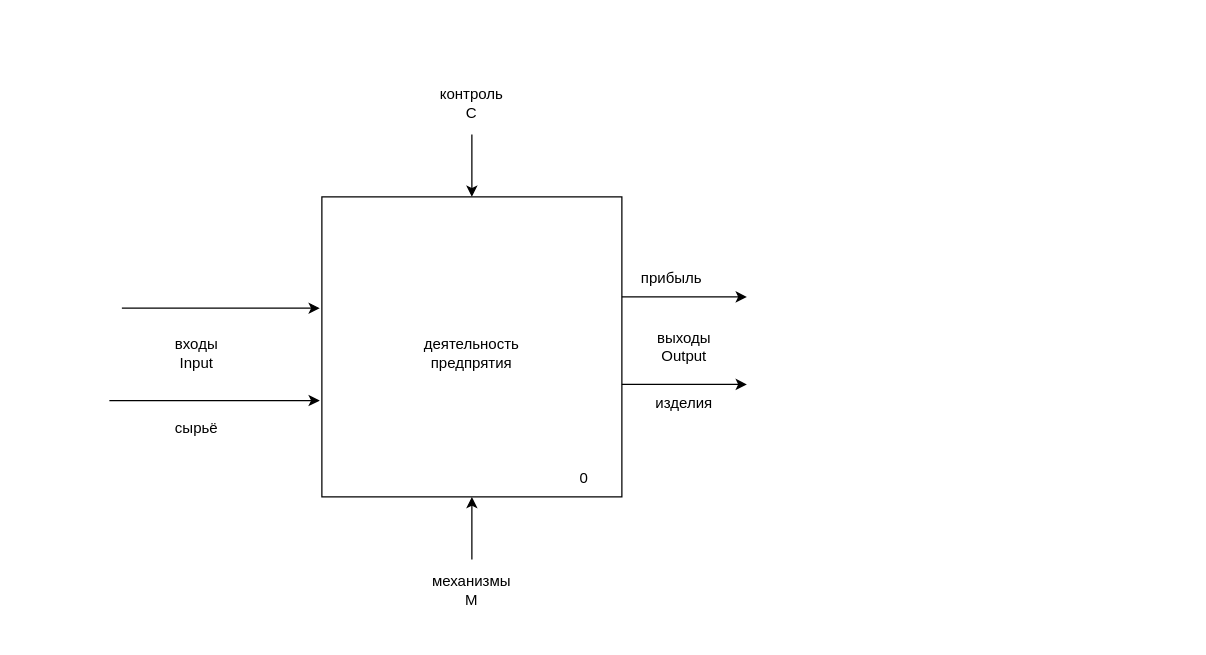
Before: page "Страница — 5" (5 of 5) of etol.drawio in emauter/GB_mysql, a draw.io diagram. Source tidied: cells renumbered, new cells numbered last; positions are measured from the earlier drawing's top-left corner, leaving out a move shared by most shapes. Both pictures are drawn from the tidied source at 125%, with x=0, y=0 at pixel (109, 84).
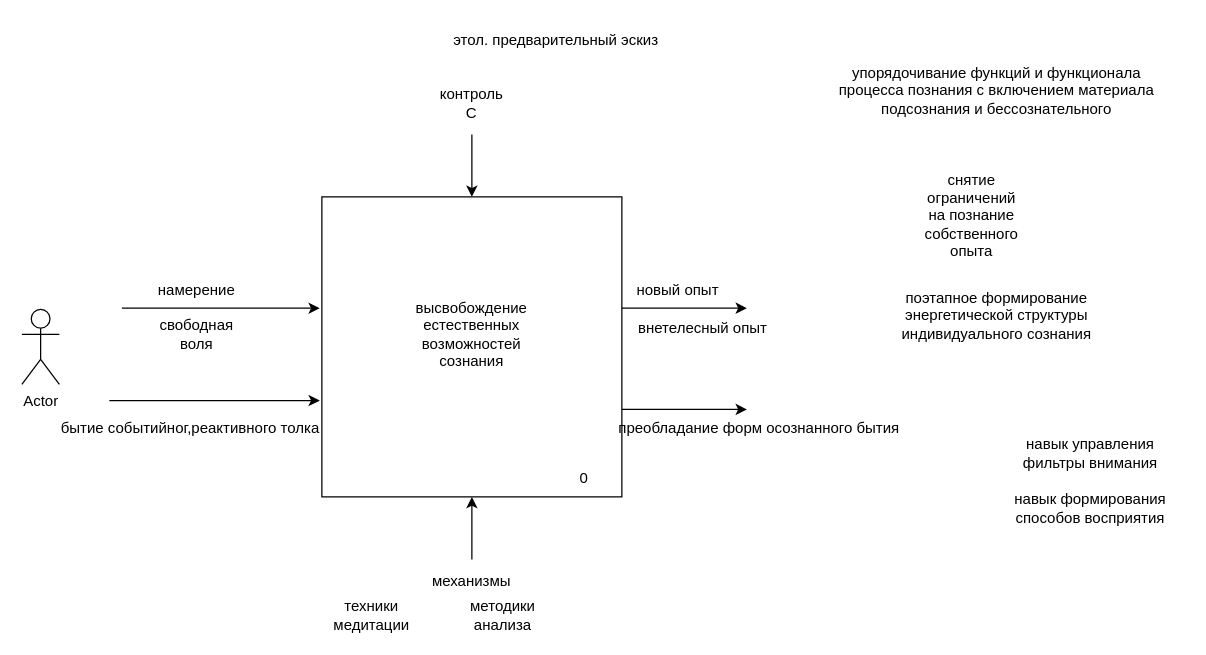
After the change.

What changed in the source:
```diff
@@
     <mxCell id="5" style="endArrow=classic;html=1;rounded=0;" parent="1" edge="1">
       <mxGeometry relative="1" as="geometry">
-        <mxPoint x="410" y="170" as="sourcePoint" />
-        <mxPoint x="510" y="170" as="targetPoint" />
+        <mxPoint x="410" y="179" as="sourcePoint" />
+        <mxPoint x="510" y="179" as="targetPoint" />
       </mxGeometry>
     </mxCell>
     <mxCell id="6" style="endArrow=classic;html=1;rounded=0;" parent="1" edge="1">
       <mxGeometry relative="1" as="geometry">
-        <mxPoint x="410" y="240" as="sourcePoint" />
-        <mxPoint x="510" y="240" as="targetPoint" />
+        <mxPoint x="410" y="260" as="sourcePoint" />
+        <mxPoint x="510" y="260" as="targetPoint" />
       </mxGeometry>
     </mxCell>
@@
-    <mxCell id="9" value="&lt;div&gt;выходы&lt;/div&gt;Output" style="text;html=1;align=center;verticalAlign=middle;whiteSpace=wrap;rounded=0;" parent="1" vertex="1">
-      <mxGeometry x="430" y="195" width="60" height="30" as="geometry" />
-    </mxCell>
-    <mxCell id="10" value="входы Input" style="text;html=1;align=center;verticalAlign=middle;whiteSpace=wrap;rounded=0;" parent="1" vertex="1">
-      <mxGeometry x="40" y="200" width="60" height="30" as="geometry" />
-    </mxCell>
-    <mxCell id="11" value="механизмы&lt;div&gt;M&lt;/div&gt;" style="text;html=1;align=center;verticalAlign=middle;whiteSpace=wrap;rounded=0;" parent="1" vertex="1">
+    <mxCell id="11" value="механизмы&lt;div&gt;&lt;br&gt;&lt;/div&gt;" style="text;html=1;align=center;verticalAlign=middle;whiteSpace=wrap;rounded=0;" parent="1" vertex="1">
       <mxGeometry x="260" y="390" width="60" height="30" as="geometry" />
     </mxCell>
@@
-    <mxCell id="13" value="деятельность предпрятия" style="text;html=1;align=center;verticalAlign=middle;whiteSpace=wrap;rounded=0;" parent="1" vertex="1">
-      <mxGeometry x="260" y="200" width="60" height="30" as="geometry" />
+    <mxCell id="13" value="снятие ограничений на познание собственного опыта" style="text;html=1;align=center;verticalAlign=middle;whiteSpace=wrap;rounded=0;" parent="1" vertex="1">
+      <mxGeometry x="660" y="90" width="60" height="30" as="geometry" />
     </mxCell>
-    <mxCell id="14" value="изделия" style="text;html=1;align=center;verticalAlign=middle;whiteSpace=wrap;rounded=0;" parent="1" vertex="1">
-      <mxGeometry x="430" y="240" width="60" height="30" as="geometry" />
+    <mxCell id="14" value="внетелесный опыт" style="text;html=1;align=center;verticalAlign=middle;whiteSpace=wrap;rounded=0;" parent="1" vertex="1">
+      <mxGeometry x="410" y="180" width="130" height="30" as="geometry" />
     </mxCell>
@@
-    <mxCell id="16" value="прибыль" style="text;html=1;align=center;verticalAlign=middle;whiteSpace=wrap;rounded=0;" parent="1" vertex="1">
-      <mxGeometry x="420" y="140" width="60" height="30" as="geometry" />
+    <mxCell id="16" value="новый опыт" style="text;html=1;align=center;verticalAlign=middle;whiteSpace=wrap;rounded=0;" parent="1" vertex="1">
+      <mxGeometry x="410" y="150" width="90" height="30" as="geometry" />
     </mxCell>
-    <mxCell id="17" value="сырьё" style="text;html=1;align=center;verticalAlign=middle;whiteSpace=wrap;rounded=0;" parent="1" vertex="1">
-      <mxGeometry x="40" y="260" width="60" height="30" as="geometry" />
+    <mxCell id="17" value="свободная воля" style="text;html=1;align=center;verticalAlign=middle;whiteSpace=wrap;rounded=0;" parent="1" vertex="1">
+      <mxGeometry x="40" y="185" width="60" height="30" as="geometry" />
     </mxCell>
+    <mxCell id="18" value="Actor" style="shape=umlActor;verticalLabelPosition=bottom;verticalAlign=top;html=1;" parent="1" vertex="1">
+      <mxGeometry x="-70" y="180" width="30" height="60" as="geometry" />
+    </mxCell>
+    <mxCell id="19" value="намерение" style="text;html=1;align=center;verticalAlign=middle;whiteSpace=wrap;rounded=0;" parent="1" vertex="1">
+      <mxGeometry x="40" y="150" width="60" height="30" as="geometry" />
+    </mxCell>
+    <mxCell id="20" value="навык управления фильтры внимания" style="text;html=1;align=center;verticalAlign=middle;whiteSpace=wrap;rounded=0;" parent="1" vertex="1">
+      <mxGeometry x="710" y="280" width="150" height="30" as="geometry" />
+    </mxCell>
+    <mxCell id="21" value="навык формирования способов восприятия" style="text;html=1;align=center;verticalAlign=middle;whiteSpace=wrap;rounded=0;" parent="1" vertex="1">
+      <mxGeometry x="710" y="324" width="150" height="30" as="geometry" />
+    </mxCell>
+    <mxCell id="22" value="этол. предварительный эскиз" style="text;html=1;align=center;verticalAlign=middle;whiteSpace=wrap;rounded=0;" parent="1" vertex="1">
+      <mxGeometry x="255" y="-50" width="205" height="30" as="geometry" />
+    </mxCell>
+    <mxCell id="23" value="упорядочивание функций и функционала процесса познания с включением материала подсознания и бессознательного" style="text;html=1;align=center;verticalAlign=middle;whiteSpace=wrap;rounded=0;" parent="1" vertex="1">
+      <mxGeometry x="570" y="-10" width="280" height="30" as="geometry" />
+    </mxCell>
+    <mxCell id="24" value="высвобождение естественных возможностей сознания" style="text;html=1;align=center;verticalAlign=middle;whiteSpace=wrap;rounded=0;" parent="1" vertex="1">
+      <mxGeometry x="260" y="185" width="60" height="30" as="geometry" />
+    </mxCell>
+    <mxCell id="25" value="техники медитации" style="text;html=1;align=center;verticalAlign=middle;whiteSpace=wrap;rounded=0;" parent="1" vertex="1">
+      <mxGeometry x="180" y="410" width="60" height="30" as="geometry" />
+    </mxCell>
+    <mxCell id="26" value="бытие событийног,реактивного толка&amp;nbsp; &amp;nbsp;" style="text;html=1;align=center;verticalAlign=middle;whiteSpace=wrap;rounded=0;" parent="1" vertex="1">
+      <mxGeometry x="-50" y="260" width="240" height="30" as="geometry" />
+    </mxCell>
+    <mxCell id="27" value="поэтапное формирование энергетической структуры индивидуального сознания" style="text;html=1;align=center;verticalAlign=middle;whiteSpace=wrap;rounded=0;" parent="1" vertex="1">
+      <mxGeometry x="620" y="170" width="180" height="30" as="geometry" />
+    </mxCell>
+    <mxCell id="28" value="преобладание форм осознанного бытия" style="text;html=1;align=center;verticalAlign=middle;whiteSpace=wrap;rounded=0;" parent="1" vertex="1">
+      <mxGeometry x="380" y="260" width="280" height="30" as="geometry" />
+    </mxCell>
+    <mxCell id="29" value="методики анализа" style="text;html=1;align=center;verticalAlign=middle;whiteSpace=wrap;rounded=0;" parent="1" vertex="1">
+      <mxGeometry x="285" y="410" width="60" height="30" as="geometry" />
+    </mxCell>
```
